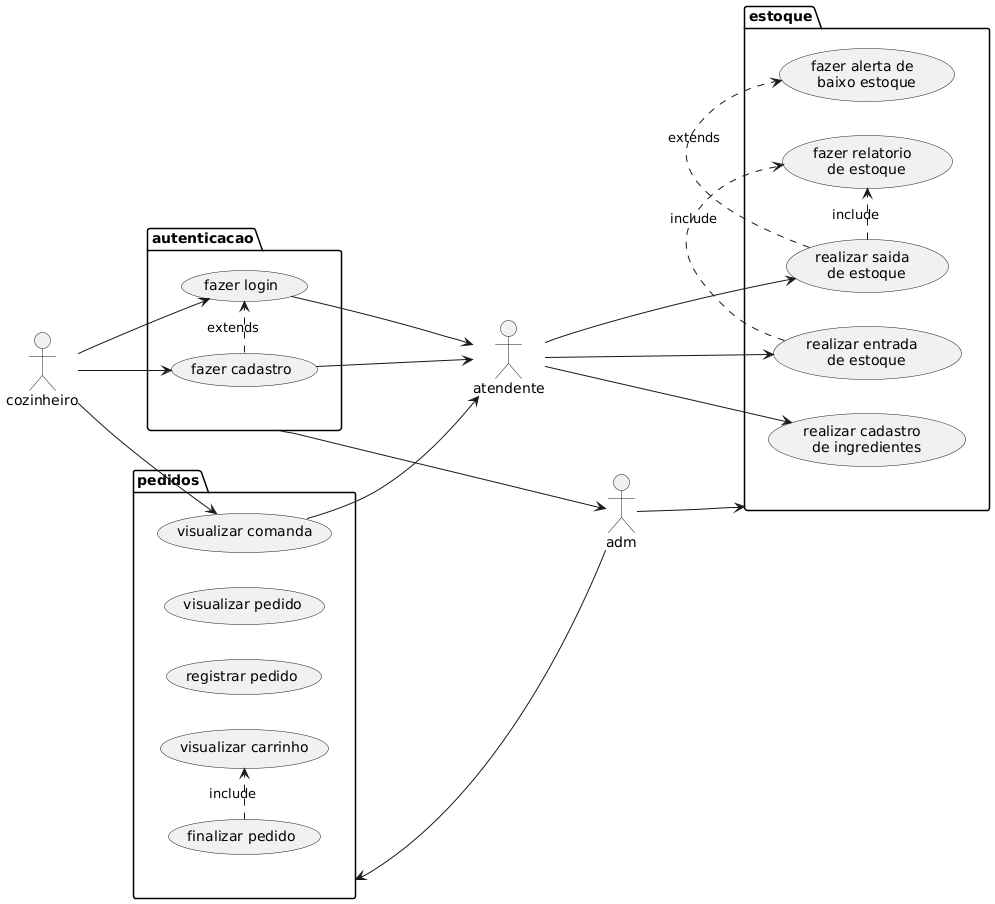
Raphael0305/PI_2_semestre keeps this PlantUML diagram as Documentação/Diagramas/Caso de uso/Diagrama de caso de uso.png. Above is the earlier version. Its diagram source:
```plantuml
@startuml
left to right direction

   package autenticacao {
   usecase "fazer cadastro" as caso1
   usecase "fazer login" as caso2
}

   package estoque {
   usecase "realizar cadastro \n de ingredientes" as caso3
   usecase "realizar entrada \n de estoque" as caso4
   usecase "realizar saida \n de estoque" as caso5
   usecase "fazer alerta de \n baixo estoque" as caso6
   usecase "fazer relatorio \n de estoque" as caso7
}

   package pedidos {
   usecase "registrar pedido" as caso8
   usecase "finalizar pedido" as caso9
   usecase "visualizar pedido" as caso10
   usecase "visualizar carrinho" as caso11
   usecase "visualizar comanda" as caso12
}


   actor atendente as A
   actor adm
   actor cozinheiro as C

   C --> (caso12)
   C --> (caso1)
   C --> (caso2)


   (caso1) ---> A
   (caso2) ---> A
   (caso12) ---> A
   A ---> (caso4)
   A ---> (caso5)
   A ---> (caso3)


   autenticacao --> adm
   adm -> estoque
   pedidos <---down- adm


(caso5) .> (caso6) : extends
(caso1) .> (caso2) : extends



(caso9) .> (caso11) : include
(caso4) .> (caso7) : include
(caso5) .> (caso7) : include
@enduml
```
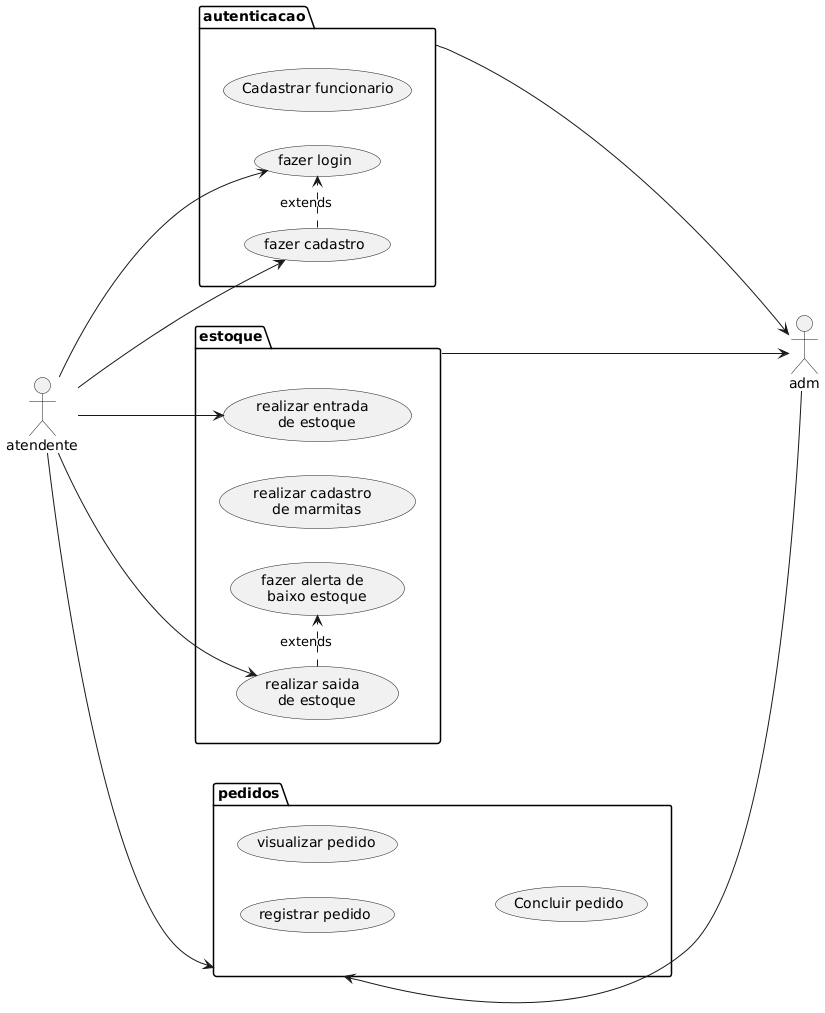
After the change.

Commit message:
Atualizando diagrama de caso de uso

Versão final

What changed in the source:
```diff
@@ -4,53 +4,42 @@
    package autenticacao {
    usecase "fazer cadastro" as caso1
    usecase "fazer login" as caso2
+   usecase "Cadastrar funcionario"
 }
 
    package estoque {
-   usecase "realizar cadastro \n de ingredientes" as caso3
+   usecase "realizar cadastro \n de marmitas" as caso3
    usecase "realizar entrada \n de estoque" as caso4
    usecase "realizar saida \n de estoque" as caso5
    usecase "fazer alerta de \n baixo estoque" as caso6
-   usecase "fazer relatorio \n de estoque" as caso7
 }
 
    package pedidos {
    usecase "registrar pedido" as caso8
-   usecase "finalizar pedido" as caso9
    usecase "visualizar pedido" as caso10
-   usecase "visualizar carrinho" as caso11
-   usecase "visualizar comanda" as caso12
+   usecase "Concluir pedido" as caso9
+
+
 }
 
 
    actor atendente as A
    actor adm
-   actor cozinheiro as C
-
-   C --> (caso12)
-   C --> (caso1)
-   C --> (caso2)
 
 
-   (caso1) ---> A
-   (caso2) ---> A
-   (caso12) ---> A
+
+   A ---> (caso1)
+   A ---> (caso2)
    A ---> (caso4)
    A ---> (caso5)
-   A ---> (caso3)
+   A ---> pedidos
 
 
    autenticacao --> adm
-   adm -> estoque
+   estoque --> adm
    pedidos <---down- adm
 
 
 (caso5) .> (caso6) : extends
 (caso1) .> (caso2) : extends
-
-
-
-(caso9) .> (caso11) : include
-(caso4) .> (caso7) : include
-(caso5) .> (caso7) : include
 @enduml
```
